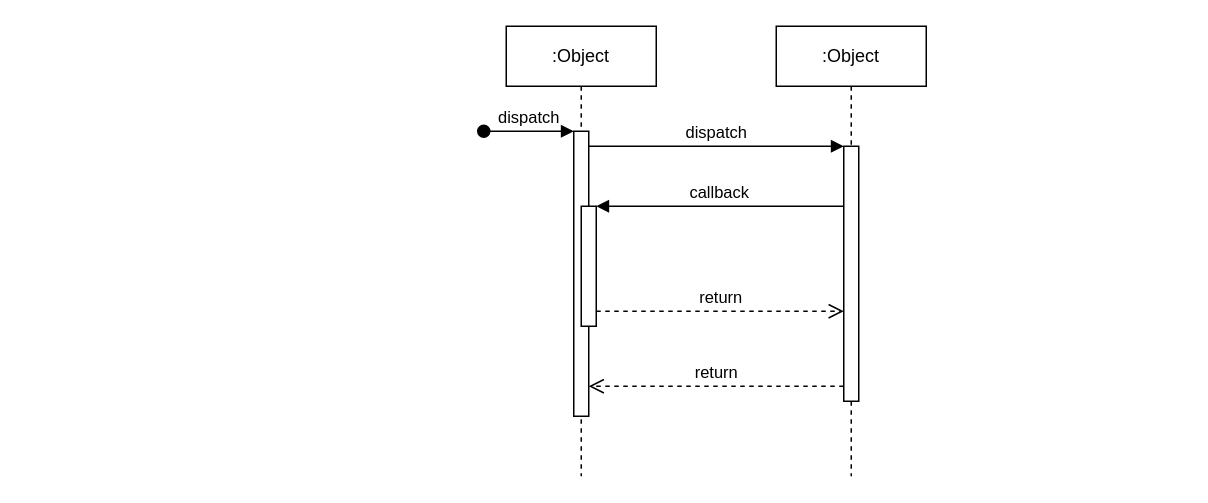
The draw.io diagram Docs/Untitled Diagram.drawio in CrashingGuru/FGAN-Build-a-thon, before the edit. Source tidied: cells renumbered, new cells numbered last; positions are measured from the earlier drawing's top-left corner, leaving out a move shared by most shapes. Both pictures are drawn from the tidied source at 150%, with x=0, y=0 at pixel (483, 26).
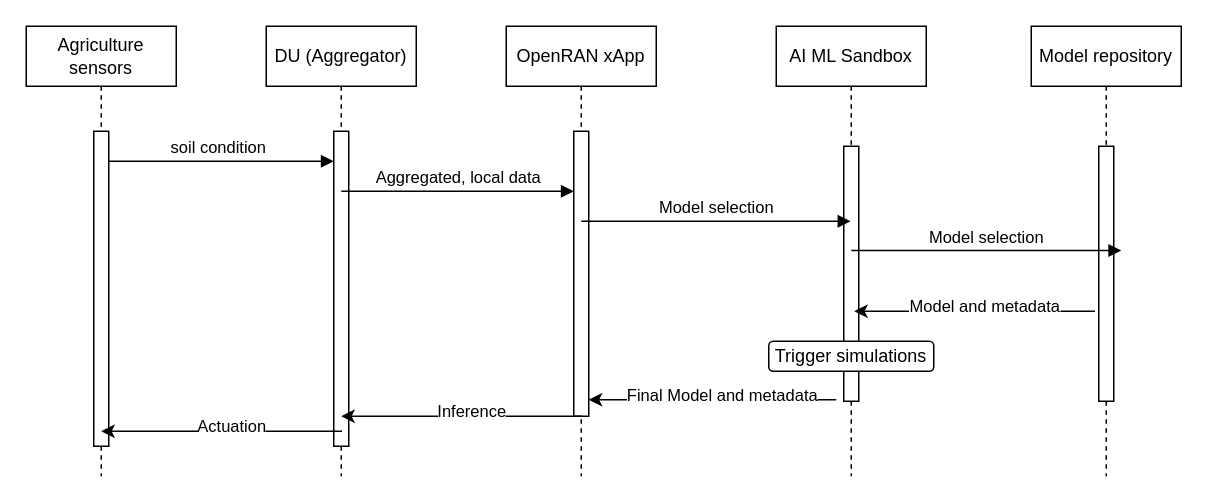
The same page after the edit.

Unchanged cells that the change refers to:
```xml
<mxCell id="3" style="html=1;points=[];perimeter=orthogonalPerimeter;outlineConnect=0;targetShapes=umlLifeline;portConstraint=eastwest;newEdgeStyle={&quot;edgeStyle&quot;:&quot;elbowEdgeStyle&quot;,&quot;elbow&quot;:&quot;vertical&quot;,&quot;curved&quot;:0,&quot;rounded&quot;:0};" parent="2" vertex="1">
  <mxGeometry x="45" y="70" width="10" height="190" as="geometry" />
</mxCell>
<mxCell id="7" style="html=1;points=[];perimeter=orthogonalPerimeter;outlineConnect=0;targetShapes=umlLifeline;portConstraint=eastwest;newEdgeStyle={&quot;edgeStyle&quot;:&quot;elbowEdgeStyle&quot;,&quot;elbow&quot;:&quot;vertical&quot;,&quot;curved&quot;:0,&quot;rounded&quot;:0};" parent="6" vertex="1">
  <mxGeometry x="45" y="80" width="10" height="170" as="geometry" />
</mxCell>
```

What changed in the source:
```diff
@@
-    <mxCell id="2" value=":Object" style="shape=umlLifeline;perimeter=lifelinePerimeter;whiteSpace=wrap;html=1;newEdgeStyle={&quot;edgeStyle&quot;:&quot;elbowEdgeStyle&quot;,&quot;elbow&quot;:&quot;vertical&quot;,&quot;curved&quot;:0,&quot;rounded&quot;:0};" parent="1" vertex="1">
+    <mxCell id="2" value="OpenRAN xApp" style="shape=umlLifeline;perimeter=lifelinePerimeter;whiteSpace=wrap;html=1;newEdgeStyle={&quot;edgeStyle&quot;:&quot;elbowEdgeStyle&quot;,&quot;elbow&quot;:&quot;vertical&quot;,&quot;curved&quot;:0,&quot;rounded&quot;:0};" parent="1" vertex="1">
       <mxGeometry x="15" width="100" height="300" as="geometry" />
     </mxCell>
@@
-    <mxCell id="4" value="dispatch" style="html=1;verticalAlign=bottom;startArrow=oval;endArrow=block;startSize=8;edgeStyle=elbowEdgeStyle;elbow=vertical;curved=0;rounded=0;" parent="2" edge="1" target="3">
-      <mxGeometry relative="1" as="geometry">
-        <mxPoint x="-15" y="70" as="sourcePoint" />
-      </mxGeometry>
-    </mxCell>
-    <mxCell id="5" style="html=1;points=[];perimeter=orthogonalPerimeter;outlineConnect=0;targetShapes=umlLifeline;portConstraint=eastwest;newEdgeStyle={&quot;edgeStyle&quot;:&quot;elbowEdgeStyle&quot;,&quot;elbow&quot;:&quot;vertical&quot;,&quot;curved&quot;:0,&quot;rounded&quot;:0};" parent="2" vertex="1">
-      <mxGeometry x="50" y="120" width="10" height="80" as="geometry" />
-    </mxCell>
-    <mxCell id="6" value=":Object" style="shape=umlLifeline;perimeter=lifelinePerimeter;whiteSpace=wrap;html=1;outlineConnect=0;portConstraint=eastwest;newEdgeStyle={&quot;edgeStyle&quot;:&quot;elbowEdgeStyle&quot;,&quot;elbow&quot;:&quot;vertical&quot;,&quot;curved&quot;:0,&quot;rounded&quot;:0};" parent="1" vertex="1">
+    <mxCell id="6" value="AI ML Sandbox" style="shape=umlLifeline;perimeter=lifelinePerimeter;whiteSpace=wrap;html=1;outlineConnect=0;portConstraint=eastwest;newEdgeStyle={&quot;edgeStyle&quot;:&quot;elbowEdgeStyle&quot;,&quot;elbow&quot;:&quot;vertical&quot;,&quot;curved&quot;:0,&quot;rounded&quot;:0};" parent="1" vertex="1">
       <mxGeometry x="195" width="100" height="300" as="geometry" />
     </mxCell>
@@
-    <mxCell id="8" value="dispatch" style="html=1;verticalAlign=bottom;endArrow=block;edgeStyle=elbowEdgeStyle;elbow=vertical;curved=0;rounded=0;" parent="1" edge="1" source="3" target="7">
+    <mxCell id="8" value="soil condition" style="html=1;verticalAlign=bottom;endArrow=block;edgeStyle=elbowEdgeStyle;elbow=horizontal;curved=0;rounded=0;" parent="1" edge="1" target="17">
       <mxGeometry relative="1" as="geometry">
+        <mxPoint x="-255" y="90" as="sourcePoint" />
         <Array as="points">
-          <mxPoint x="155" y="80" />
+          <mxPoint x="-170" y="90" />
         </Array>
       </mxGeometry>
     </mxCell>
-    <mxCell id="9" value="return" style="html=1;verticalAlign=bottom;endArrow=open;dashed=1;endSize=8;edgeStyle=elbowEdgeStyle;elbow=vertical;curved=0;rounded=0;" parent="1" edge="1" source="7" target="3">
-      <mxGeometry relative="1" as="geometry">
-        <Array as="points">
-          <mxPoint x="165" y="240" />
-        </Array>
-      </mxGeometry>
-    </mxCell>
-    <mxCell id="10" value="callback" style="html=1;verticalAlign=bottom;endArrow=block;edgeStyle=elbowEdgeStyle;elbow=vertical;curved=0;rounded=0;" parent="1" edge="1" source="7" target="5">
-      <mxGeometry relative="1" as="geometry">
-        <Array as="points">
-          <mxPoint x="165" y="120" />
-        </Array>
-      </mxGeometry>
-    </mxCell>
-    <mxCell id="11" value="return" style="html=1;verticalAlign=bottom;endArrow=open;dashed=1;endSize=8;edgeStyle=elbowEdgeStyle;elbow=vertical;curved=0;rounded=0;" parent="1" edge="1" source="5" target="7">
-      <mxGeometry relative="1" as="geometry">
-        <Array as="points">
-          <mxPoint x="155" y="190" />
-        </Array>
-      </mxGeometry>
-    </mxCell>
+    <mxCell id="12" value="Model repository" style="shape=umlLifeline;perimeter=lifelinePerimeter;whiteSpace=wrap;html=1;newEdgeStyle={&quot;edgeStyle&quot;:&quot;elbowEdgeStyle&quot;,&quot;elbow&quot;:&quot;vertical&quot;,&quot;curved&quot;:0,&quot;rounded&quot;:0};" parent="1" vertex="1">
+      <mxGeometry x="365" width="100" height="300" as="geometry" />
+    </mxCell>
+    <mxCell id="13" style="html=1;perimeter=orthogonalPerimeter;targetShapes=umlLifeline;newEdgeStyle={&quot;edgeStyle&quot;:&quot;elbowEdgeStyle&quot;,&quot;elbow&quot;:&quot;vertical&quot;,&quot;curved&quot;:0,&quot;rounded&quot;:0};" parent="12" vertex="1">
+      <mxGeometry x="45" y="80" width="10" height="170" as="geometry" />
+    </mxCell>
+    <mxCell id="14" value="Agriculture sensors" style="shape=umlLifeline;perimeter=lifelinePerimeter;whiteSpace=wrap;html=1;newEdgeStyle={&quot;edgeStyle&quot;:&quot;elbowEdgeStyle&quot;,&quot;elbow&quot;:&quot;vertical&quot;,&quot;curved&quot;:0,&quot;rounded&quot;:0};" parent="1" vertex="1">
+      <mxGeometry x="-305" width="100" height="300" as="geometry" />
+    </mxCell>
+    <mxCell id="15" style="html=1;perimeter=orthogonalPerimeter;targetShapes=umlLifeline;newEdgeStyle={&quot;edgeStyle&quot;:&quot;elbowEdgeStyle&quot;,&quot;elbow&quot;:&quot;vertical&quot;,&quot;curved&quot;:0,&quot;rounded&quot;:0};" parent="14" vertex="1">
+      <mxGeometry x="45" y="70" width="10" height="210" as="geometry" />
+    </mxCell>
+    <mxCell id="16" value="DU (Aggregator)" style="shape=umlLifeline;perimeter=lifelinePerimeter;whiteSpace=wrap;html=1;newEdgeStyle={&quot;edgeStyle&quot;:&quot;elbowEdgeStyle&quot;,&quot;elbow&quot;:&quot;vertical&quot;,&quot;curved&quot;:0,&quot;rounded&quot;:0};" parent="1" vertex="1">
+      <mxGeometry x="-145" width="100" height="300" as="geometry" />
+    </mxCell>
+    <mxCell id="17" style="html=1;points=[];perimeter=orthogonalPerimeter;outlineConnect=0;targetShapes=umlLifeline;portConstraint=eastwest;newEdgeStyle={&quot;edgeStyle&quot;:&quot;elbowEdgeStyle&quot;,&quot;elbow&quot;:&quot;vertical&quot;,&quot;curved&quot;:0,&quot;rounded&quot;:0};" parent="16" vertex="1">
+      <mxGeometry x="45" y="70" width="10" height="210" as="geometry" />
+    </mxCell>
+    <mxCell id="18" value="Aggregated, local data" style="html=1;verticalAlign=bottom;endArrow=block;edgeStyle=elbowEdgeStyle;elbow=vertical;curved=0;rounded=0;" parent="1" edge="1">
+      <mxGeometry relative="1" as="geometry">
+        <mxPoint x="-95" y="110" as="sourcePoint" />
+        <mxPoint x="60" y="110" as="targetPoint" />
+        <Array as="points">
+          <mxPoint x="-10" y="110" />
+        </Array>
+      </mxGeometry>
+    </mxCell>
+    <mxCell id="19" value="Model selection" style="html=1;verticalAlign=bottom;endArrow=block;edgeStyle=elbowEdgeStyle;elbow=vertical;curved=0;rounded=0;" parent="1" edge="1" target="6">
+      <mxGeometry relative="1" as="geometry">
+        <mxPoint x="65" y="130" as="sourcePoint" />
+        <Array as="points">
+          <mxPoint x="150" y="130" />
+        </Array>
+      </mxGeometry>
+    </mxCell>
+    <mxCell id="20" value="Model selection" style="html=1;verticalAlign=bottom;endArrow=block;edgeStyle=elbowEdgeStyle;elbow=vertical;curved=0;rounded=0;" parent="1" edge="1">
+      <mxGeometry relative="1" as="geometry">
+        <mxPoint x="245" y="149.5" as="sourcePoint" />
+        <mxPoint x="425" y="149.5" as="targetPoint" />
+        <Array as="points">
+          <mxPoint x="330" y="149.5" />
+        </Array>
+      </mxGeometry>
+    </mxCell>
+    <mxCell id="21" style="endArrow=classic;html=1;rounded=0;" parent="1" edge="1">
+      <mxGeometry relative="1" as="geometry">
+        <mxPoint x="407.5" y="190" as="sourcePoint" />
+        <mxPoint x="247" y="190" as="targetPoint" />
+      </mxGeometry>
+    </mxCell>
+    <mxCell id="22" value="Model and metadata" style="edgeLabel;html=1;align=center;verticalAlign=middle;" parent="21" vertex="1">
+      <mxGeometry x="0.15" y="-4" relative="1" as="geometry">
+        <mxPoint x="18" as="offset" />
+      </mxGeometry>
+    </mxCell>
+    <mxCell id="23" value="Trigger simulations" style="rounded=1;whiteSpace=wrap;html=1;" parent="1" vertex="1">
+      <mxGeometry x="190" y="210" width="110" height="20" as="geometry" />
+    </mxCell>
+    <mxCell id="24" style="endArrow=classic;html=1;rounded=0;" parent="1" edge="1">
+      <mxGeometry relative="1" as="geometry">
+        <mxPoint x="235" y="249" as="sourcePoint" />
+        <mxPoint x="70" y="249" as="targetPoint" />
+      </mxGeometry>
+    </mxCell>
+    <mxCell id="25" value="Final Model and metadata" style="edgeLabel;html=1;align=center;verticalAlign=middle;" parent="24" vertex="1">
+      <mxGeometry x="0.15" y="-4" relative="1" as="geometry">
+        <mxPoint x="18" as="offset" />
+      </mxGeometry>
+    </mxCell>
+    <mxCell id="26" style="endArrow=classic;html=1;rounded=0;" parent="1" edge="1">
+      <mxGeometry relative="1" as="geometry">
+        <mxPoint x="65.5" y="260" as="sourcePoint" />
+        <mxPoint x="-95" y="260" as="targetPoint" />
+      </mxGeometry>
+    </mxCell>
+    <mxCell id="27" value="Inference" style="edgeLabel;html=1;align=center;verticalAlign=middle;" parent="26" vertex="1">
+      <mxGeometry x="0.15" y="-4" relative="1" as="geometry">
+        <mxPoint x="18" as="offset" />
+      </mxGeometry>
+    </mxCell>
+    <mxCell id="28" style="endArrow=classic;html=1;rounded=0;" parent="1" edge="1">
+      <mxGeometry relative="1" as="geometry">
+        <mxPoint x="-94.5" y="270" as="sourcePoint" />
+        <mxPoint x="-255" y="270" as="targetPoint" />
+      </mxGeometry>
+    </mxCell>
+    <mxCell id="29" value="Actuation" style="edgeLabel;html=1;align=center;verticalAlign=middle;" parent="28" vertex="1">
+      <mxGeometry x="0.15" y="-4" relative="1" as="geometry">
+        <mxPoint x="18" as="offset" />
+      </mxGeometry>
+    </mxCell>
```
